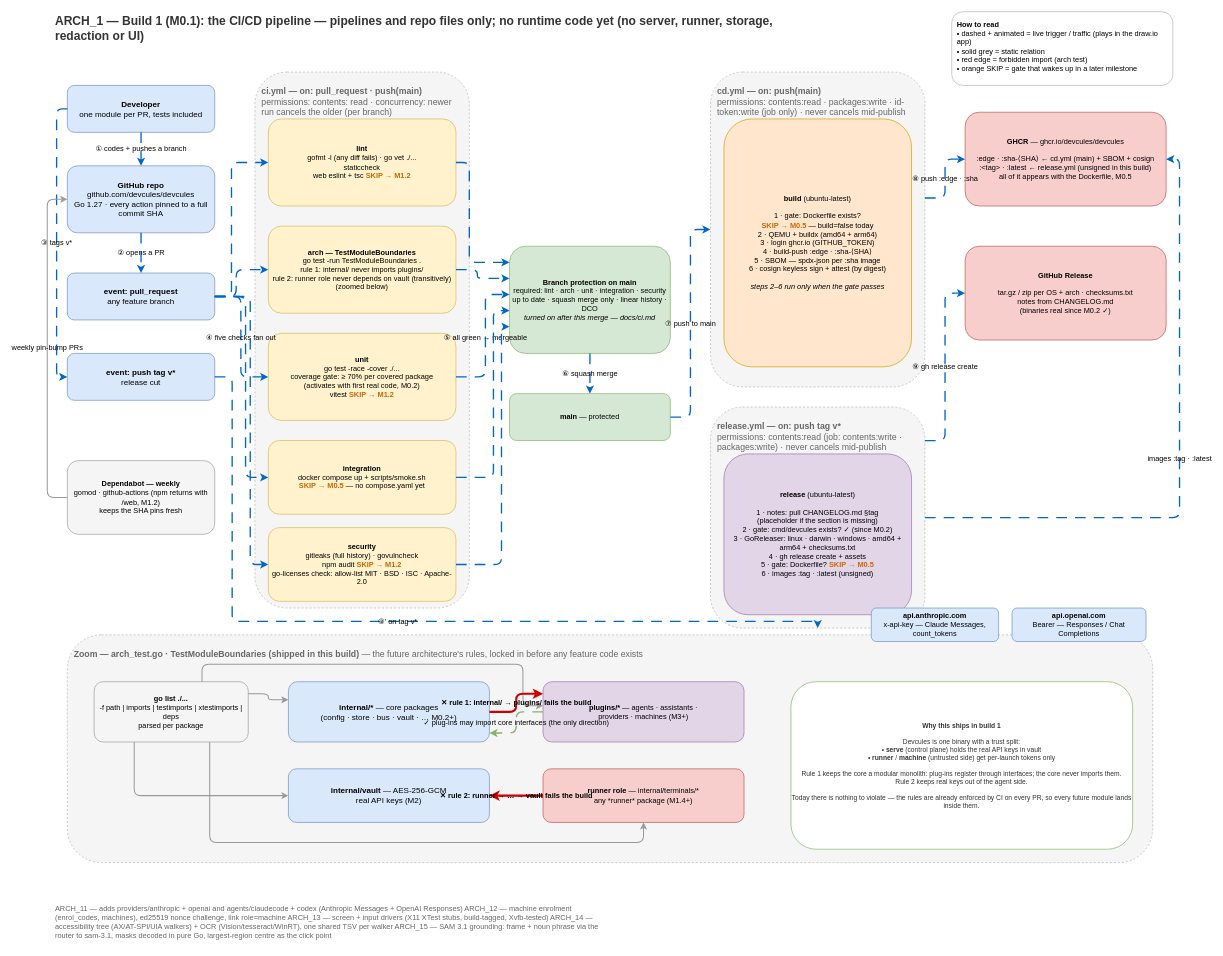
This is page "Arch_1" (1 of 18) of docs/diagrams/devcules-architecture.drawio from devcules/devcules, a draw.io file, before an edit. Source tidied: cells renumbered, new cells numbered last; positions are measured from the earlier drawing's top-left corner, leaving out a move shared by most shapes. Both pictures are drawn from the tidied source at 67%, with x=0, y=0 at pixel (47, 11).
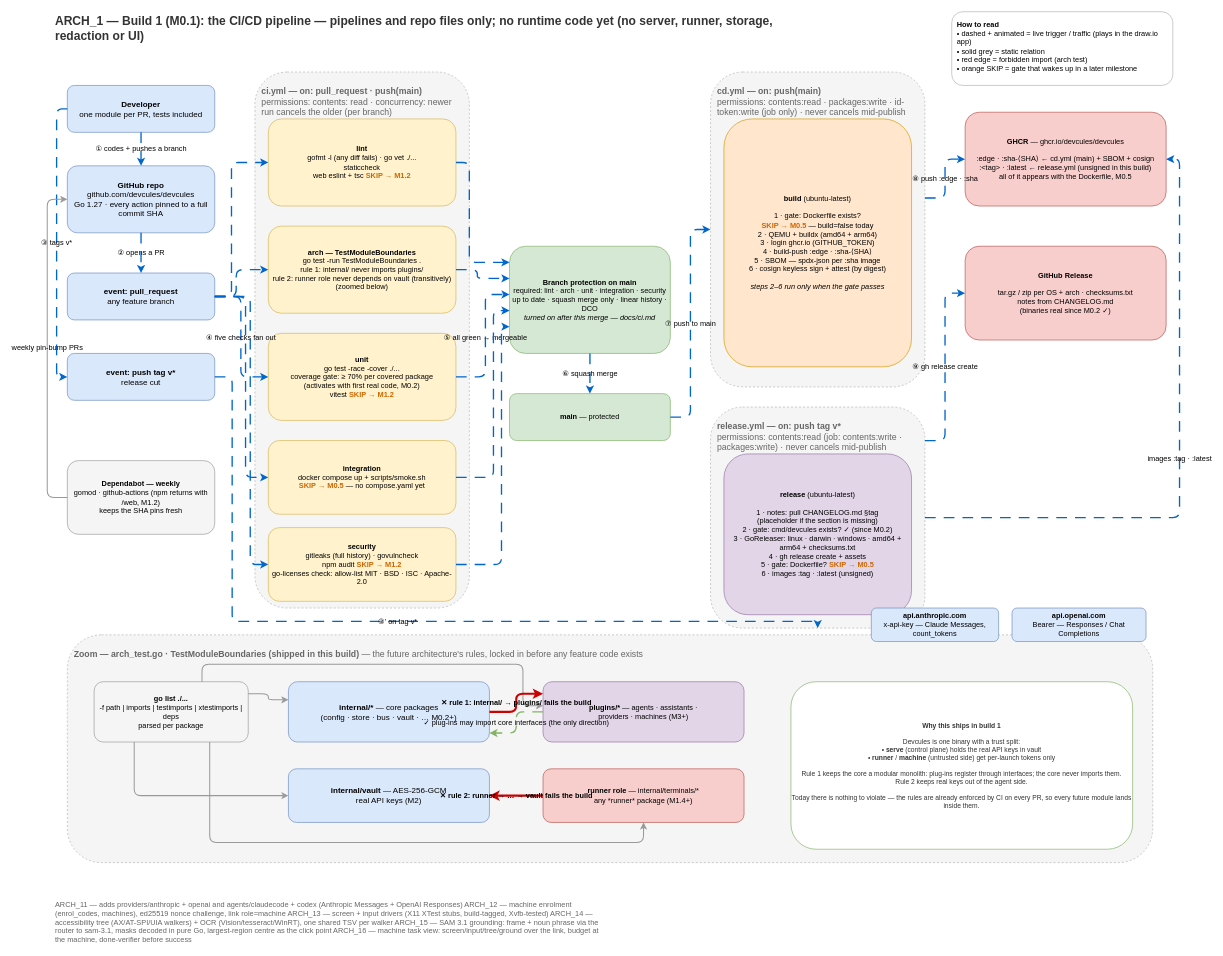
Above is the later version.

What changed in the source:
```diff
@@
-    <mxCell id="59" value="ARCH_11 — adds providers/anthropic + openai and agents/claudecode + codex (Anthropic Messages + OpenAI Responses) ARCH_12 — machine enrolment (enrol_codes, machines), ed25519 nonce challenge, link role=machine ARCH_13 — screen + input drivers (X11 XTest stubs, build-tagged, Xvfb-tested) ARCH_14 — accessibility tree (AX/AT-SPI/UIA walkers) + OCR (Vision/tesseract/WinRT), one shared TSV per walker ARCH_15 — SAM 3.1 grounding: frame + noun phrase via the router to sam-3.1, masks decoded in pure Go, largest-region centre as the click point" style="text;html=1;strokeColor=none;fillColor=none;align=left;verticalAlign=middle;whiteSpace=wrap;fontSize=11;fontColor=#666666;" parent="1" vertex="1">
+    <mxCell id="59" value="ARCH_11 — adds providers/anthropic + openai and agents/claudecode + codex (Anthropic Messages + OpenAI Responses) ARCH_12 — machine enrolment (enrol_codes, machines), ed25519 nonce challenge, link role=machine ARCH_13 — screen + input drivers (X11 XTest stubs, build-tagged, Xvfb-tested) ARCH_14 — accessibility tree (AX/AT-SPI/UIA walkers) + OCR (Vision/tesseract/WinRT), one shared TSV per walker ARCH_15 — SAM 3.1 grounding: frame + noun phrase via the router to sam-3.1, masks decoded in pure Go, largest-region centre as the click point ARCH_16 — machine task view: screen/input/tree/ground over the link, budget at the machine, done-verifier before success" style="text;html=1;strokeColor=none;fillColor=none;align=left;verticalAlign=middle;whiteSpace=wrap;fontSize=11;fontColor=#666666;" parent="1" vertex="1">
       <mxGeometry x="10" y="1350" width="820" height="18" as="geometry" />
     </mxCell>
```
